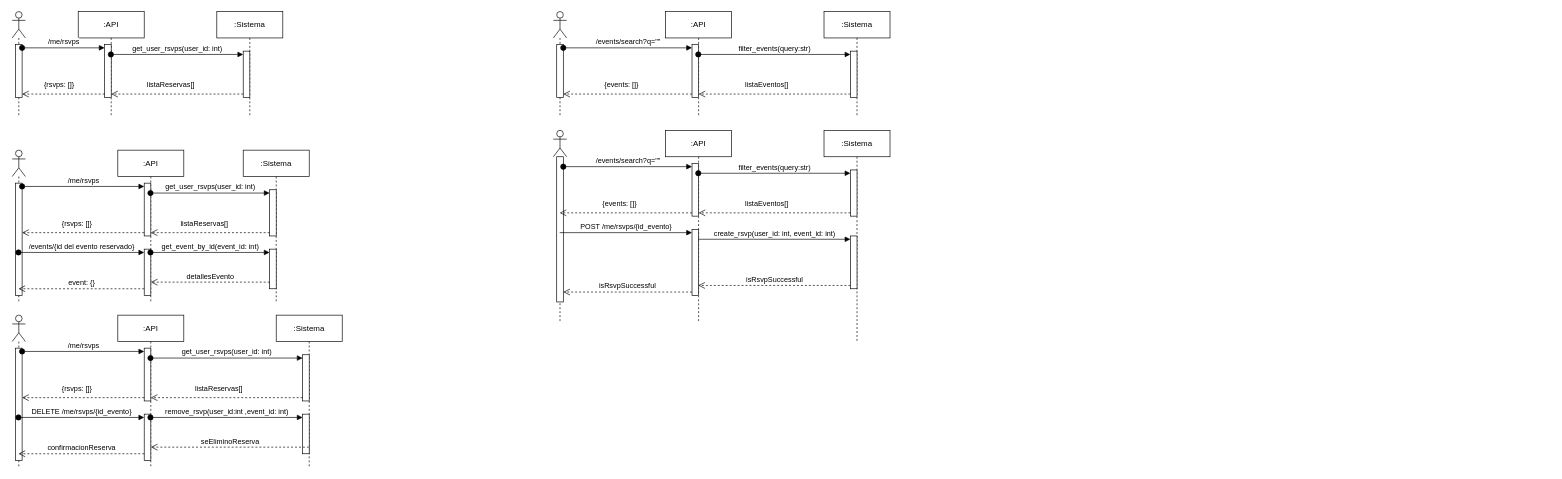
a-mayb3/group_n_meet_backend keeps this draw.io diagram as docs/diagrams/sequence/diagrams-sequence.es.drawio. Above is the earlier version. Source tidied: cells renumbered, new cells numbered last; positions are measured from the earlier drawing's top-left corner, leaving out a move shared by most shapes. Both pictures are drawn from the tidied source at 66%, with x=0, y=0 at pixel (12, 11).
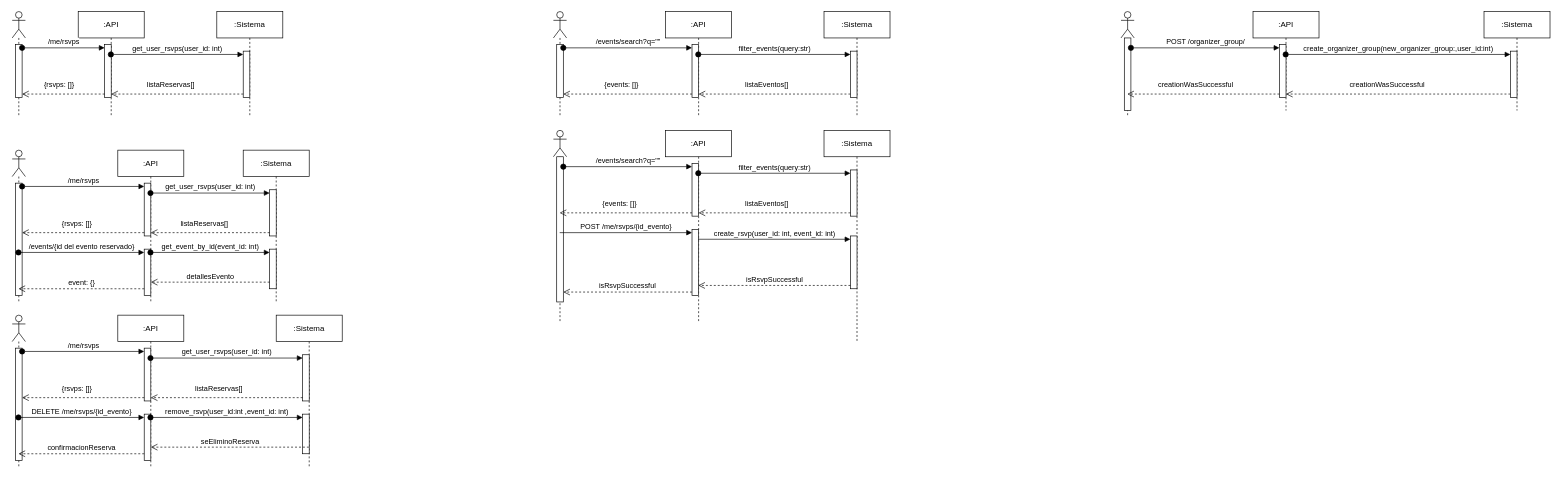
After the change.

Commit message:
Added draft for organizer_group creation sequence

The edit, as a diff of the source:
```diff
@@
+    <mxCell id="70" style="shape=umlLifeline;perimeter=lifelinePerimeter;whiteSpace=wrap;html=1;outlineConnect=0;portConstraint=eastwest;newEdgeStyle={&quot;curved&quot;:0,&quot;rounded&quot;:0};participant=umlActor;" parent="1" vertex="1">
+      <mxGeometry x="1680" width="20" height="160" as="geometry" />
+    </mxCell>
+    <mxCell id="71" style="html=1;points=[[0,0,0,0,5],[0,1,0,0,-5],[1,0,0,0,5],[1,1,0,0,-5]];perimeter=orthogonalPerimeter;outlineConnect=0;targetShapes=umlLifeline;portConstraint=eastwest;newEdgeStyle={&quot;curved&quot;:0,&quot;rounded&quot;:0};" parent="70" vertex="1">
+      <mxGeometry x="5" y="40" width="10" height="110" as="geometry" />
+    </mxCell>
@@
+    <mxCell id="72" value=":API" style="shape=umlLifeline;perimeter=lifelinePerimeter;whiteSpace=wrap;html=1;outlineConnect=0;portConstraint=eastwest;newEdgeStyle={&quot;curved&quot;:0,&quot;rounded&quot;:0};" parent="1" vertex="1">
+      <mxGeometry x="1880" width="100" height="150" as="geometry" />
+    </mxCell>
+    <mxCell id="73" style="html=1;points=[[0,0,0,0,5],[0,1,0,0,-5],[1,0,0,0,5],[1,1,0,0,-5]];perimeter=orthogonalPerimeter;outlineConnect=0;targetShapes=umlLifeline;portConstraint=eastwest;newEdgeStyle={&quot;curved&quot;:0,&quot;rounded&quot;:0};" parent="72" vertex="1">
+      <mxGeometry x="40" y="50" width="10" height="80" as="geometry" />
+    </mxCell>
@@
+    <mxCell id="74" value=":Sistema" style="shape=umlLifeline;perimeter=lifelinePerimeter;whiteSpace=wrap;html=1;newEdgeStyle={&quot;curved&quot;:0,&quot;rounded&quot;:0};" parent="1" vertex="1">
+      <mxGeometry x="2230" width="100" height="150" as="geometry" />
+    </mxCell>
+    <mxCell id="75" style="html=1;points=[[0,0,0,0,5],[0,1,0,0,-5],[1,0,0,0,5],[1,1,0,0,-5]];perimeter=orthogonalPerimeter;outlineConnect=0;targetShapes=umlLifeline;portConstraint=eastwest;newEdgeStyle={&quot;curved&quot;:0,&quot;rounded&quot;:0};" parent="74" vertex="1">
+      <mxGeometry x="40" y="60" width="10" height="70" as="geometry" />
+    </mxCell>
@@
+    <mxCell id="76" value="POST /organizer_group/" style="html=1;verticalAlign=bottom;startArrow=oval;endArrow=block;startSize=8;curved=0;rounded=0;entryX=0;entryY=0;entryDx=0;entryDy=5;" parent="1" edge="1" source="71" target="73">
+      <mxGeometry relative="1" as="geometry" />
+    </mxCell>
@@
+    <mxCell id="77" value="create_organizer_group(new_organizer_group:,user_id:int)" style="html=1;verticalAlign=bottom;startArrow=oval;endArrow=block;startSize=8;curved=0;rounded=0;entryX=0;entryY=0;entryDx=0;entryDy=5;" parent="1" edge="1" source="72" target="75">
+      <mxGeometry relative="1" as="geometry" />
+    </mxCell>
@@
+    <mxCell id="78" value="creationWasSuccessful" style="html=1;verticalAlign=bottom;endArrow=open;dashed=1;endSize=8;curved=0;rounded=0;exitX=0;exitY=1;exitDx=0;exitDy=-5;exitPerimeter=0;entryX=1;entryY=1;entryDx=0;entryDy=-5;entryPerimeter=0;" parent="1" edge="1" source="75" target="73">
+      <mxGeometry x="0.1" y="-5" relative="1" as="geometry" />
+    </mxCell>
@@
+    <mxCell id="79" value="creationWasSuccessful" style="html=1;verticalAlign=bottom;endArrow=open;dashed=1;endSize=8;curved=0;rounded=0;exitX=0;exitY=1;exitDx=0;exitDy=-5;exitPerimeter=0;" parent="1" edge="1" source="73" target="70">
+      <mxGeometry x="0.1" y="-5" relative="1" as="geometry" />
+    </mxCell>
```
